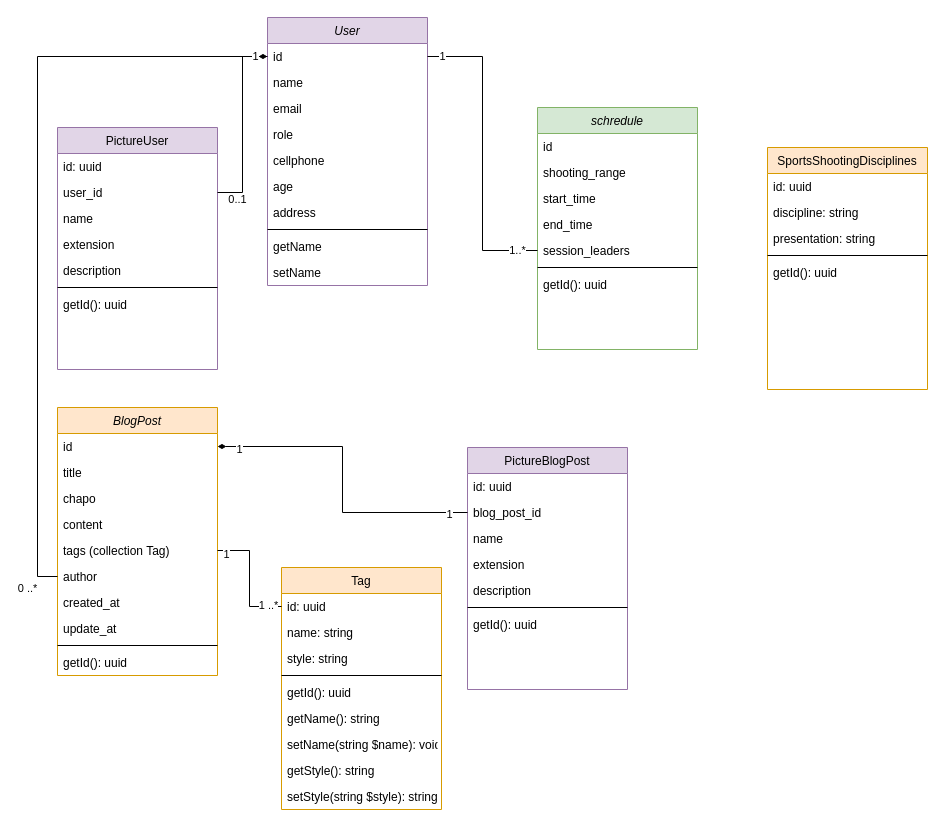
michaelgtfr/fftir_loudun_api keeps this draw.io diagram as Diagramme sans nom.drawio. Above is the earlier version. Source tidied: cells renumbered, new cells numbered last; positions are measured from the earlier drawing's top-left corner, leaving out a move shared by most shapes. Both pictures are drawn from the tidied source at 100%, with x=0, y=0 at pixel (57, 17).
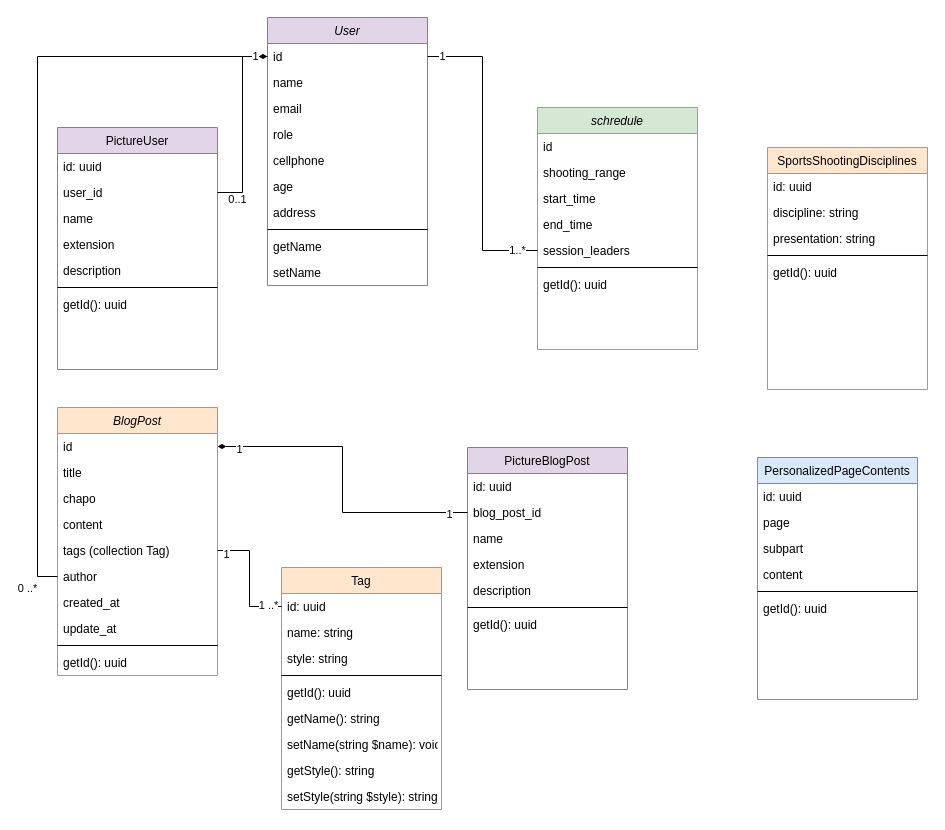
Above is the later version.

Commit message:
Mettre à jour Diagramme sans nom.drawio

Diff of the diagram source:
```diff
@@
+    <mxCell id="78" value="PersonalizedPageContents" style="swimlane;fontStyle=0;align=center;verticalAlign=top;horizontal=1;startSize=26;rounded=0;shadow=0;strokeWidth=1;fillColor=#dae8fc;strokeColor=#6c8ebf;" parent="1" vertex="1">
+      <mxGeometry x="700" y="440" width="160" height="242" as="geometry" />
+    </mxCell>
+    <mxCell id="79" value="id: uuid" style="text;align=left;verticalAlign=top;spacingLeft=4;spacingRight=4;overflow=hidden;" parent="78" vertex="1">
+      <mxGeometry y="26" width="160" height="26" as="geometry" />
+    </mxCell>
+    <mxCell id="80" value="page" style="text;align=left;verticalAlign=top;spacingLeft=4;spacingRight=4;overflow=hidden;rounded=0;shadow=0;html=0;" parent="78" vertex="1">
+      <mxGeometry y="52" width="160" height="26" as="geometry" />
+    </mxCell>
+    <mxCell id="81" value="subpart" style="text;align=left;verticalAlign=top;spacingLeft=4;spacingRight=4;overflow=hidden;rounded=0;shadow=0;html=0;" parent="78" vertex="1">
+      <mxGeometry y="78" width="160" height="26" as="geometry" />
+    </mxCell>
+    <mxCell id="82" value="content" style="text;align=left;verticalAlign=top;spacingLeft=4;spacingRight=4;overflow=hidden;rounded=0;shadow=0;html=0;" parent="78" vertex="1">
+      <mxGeometry y="104" width="160" height="26" as="geometry" />
+    </mxCell>
+    <mxCell id="83" style="line;html=1;strokeWidth=1;align=left;verticalAlign=middle;spacingTop=-1;spacingLeft=3;spacingRight=3;labelPosition=right;" parent="78" vertex="1">
+      <mxGeometry y="130" width="160" height="8" as="geometry" />
+    </mxCell>
+    <mxCell id="84" value="getId(): uuid" style="text;align=left;verticalAlign=top;spacingLeft=4;spacingRight=4;overflow=hidden;" parent="78" vertex="1">
+      <mxGeometry y="138" width="160" height="26" as="geometry" />
+    </mxCell>
```
